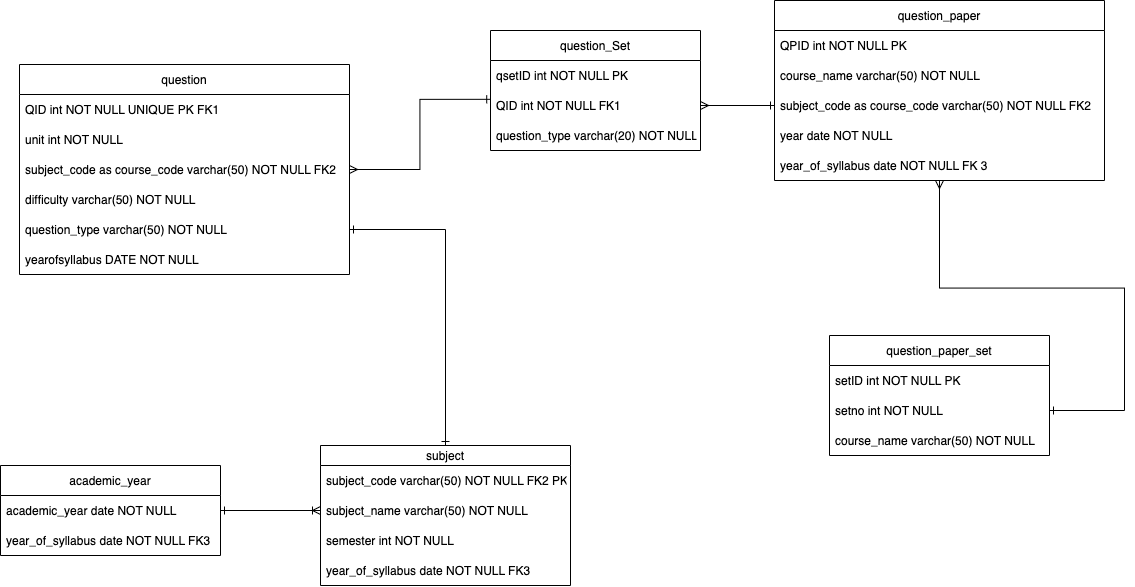
RayyanHunerkar/question-paper-generator keeps this draw.io diagram as erd/paper generator ERD.drawio.png. Above is the earlier version. Source tidied: cells renumbered, new cells last; positions are measured from the earlier drawing's top-left corner, leaving out a move shared by most shapes. Its diagram source:
```xml
<mxGraphModel>
  <root>
    <mxCell id="0" />
    <mxCell id="1" parent="0" />
    <mxCell id="2" value="question" style="swimlane;fontStyle=0;horizontal=1;startSize=30;" parent="1" vertex="1">
      <mxGeometry x="19" y="64" width="330" height="210" as="geometry" />
    </mxCell>
    <mxCell id="3" value="QID int NOT NULL UNIQUE PK FK1 " style="text;strokeColor=none;fillColor=none;align=left;verticalAlign=middle;spacingLeft=4;spacingRight=4;overflow=hidden;" parent="2" vertex="1">
      <mxGeometry y="30" width="330" height="30" as="geometry" />
    </mxCell>
    <mxCell id="4" value="unit int NOT NULL" style="text;strokeColor=none;fillColor=none;align=left;verticalAlign=middle;spacingLeft=4;spacingRight=4;overflow=hidden;" parent="2" vertex="1">
      <mxGeometry y="60" width="330" height="30" as="geometry" />
    </mxCell>
    <mxCell id="5" value="subject_code as course_code varchar(50) NOT NULL FK2" style="text;strokeColor=none;fillColor=none;align=left;verticalAlign=middle;spacingLeft=4;spacingRight=4;overflow=hidden;points=[[0,0.5],[1,0.5]];portConstraint=eastwest;" parent="2" vertex="1">
      <mxGeometry y="90" width="330" height="30" as="geometry" />
    </mxCell>
    <mxCell id="6" value="difficulty varchar(50) NOT NULL" style="text;strokeColor=none;fillColor=none;align=left;verticalAlign=middle;spacingLeft=4;spacingRight=4;overflow=hidden;" parent="2" vertex="1">
      <mxGeometry y="120" width="330" height="30" as="geometry" />
    </mxCell>
    <mxCell id="7" value="question_type varchar(50) NOT NULL" style="text;strokeColor=none;fillColor=none;align=left;verticalAlign=middle;spacingLeft=4;spacingRight=4;overflow=hidden;points=[[0,0.5],[1,0.5]];portConstraint=eastwest;" parent="2" vertex="1">
      <mxGeometry y="150" width="330" height="30" as="geometry" />
    </mxCell>
    <mxCell id="8" value="yearofsyllabus DATE NOT NULL" style="text;strokeColor=none;fillColor=none;align=left;verticalAlign=middle;spacingLeft=4;spacingRight=4;overflow=hidden;points=[[0,0.5],[1,0.5]];portConstraint=eastwest;" parent="2" vertex="1">
      <mxGeometry y="180" width="330" height="30" as="geometry" />
    </mxCell>
    <mxCell id="9" style="edgeStyle=orthogonalEdgeStyle;rounded=0;orthogonalLoop=1;jettySize=auto;html=1;exitX=1;exitY=0.5;exitDx=0;exitDy=0;startArrow=ERmany;startFill=0;endArrow=ERone;endFill=0;" parent="2" edge="1" source="8" target="8">
      <mxGeometry relative="1" as="geometry" />
    </mxCell>
    <mxCell id="10" style="edgeStyle=orthogonalEdgeStyle;rounded=0;jettySize=auto;html=1;startArrow=ERmany;startFill=0;endArrow=ERone;endFill=0;" parent="1" edge="1" source="11" target="20">
      <mxGeometry relative="1" as="geometry" />
    </mxCell>
    <mxCell id="11" value="question_paper" style="swimlane;fontStyle=0;horizontal=1;startSize=30;" parent="1" vertex="1">
      <mxGeometry x="774" width="330" height="180" as="geometry" />
    </mxCell>
    <mxCell id="12" value="QPID int NOT NULL PK" style="text;strokeColor=none;fillColor=none;align=left;verticalAlign=middle;spacingLeft=4;spacingRight=4;overflow=hidden;" parent="11" vertex="1">
      <mxGeometry y="30" width="330" height="30" as="geometry" />
    </mxCell>
    <mxCell id="13" value="course_name varchar(50) NOT NULL" style="text;strokeColor=none;fillColor=none;align=left;verticalAlign=middle;spacingLeft=4;spacingRight=4;overflow=hidden;" parent="11" vertex="1">
      <mxGeometry y="60" width="330" height="30" as="geometry" />
    </mxCell>
    <mxCell id="14" value="subject_code as course_code varchar(50) NOT NULL FK2" style="text;strokeColor=none;fillColor=none;align=left;verticalAlign=middle;spacingLeft=4;spacingRight=4;overflow=hidden;points=[[0,0.5],[1,0.5]];portConstraint=eastwest;" parent="11" vertex="1">
      <mxGeometry y="90" width="330" height="30" as="geometry" />
    </mxCell>
    <mxCell id="15" value="year date NOT NULL" style="text;strokeColor=none;fillColor=none;align=left;verticalAlign=middle;spacingLeft=4;spacingRight=4;overflow=hidden;" parent="11" vertex="1">
      <mxGeometry y="120" width="330" height="30" as="geometry" />
    </mxCell>
    <mxCell id="16" value="year_of_syllabus date NOT NULL FK 3" style="text;strokeColor=none;fillColor=none;align=left;verticalAlign=middle;spacingLeft=4;spacingRight=4;overflow=hidden;" parent="11" vertex="1">
      <mxGeometry y="150" width="330" height="30" as="geometry" />
    </mxCell>
    <mxCell id="17" style="edgeStyle=orthogonalEdgeStyle;rounded=0;jettySize=auto;html=1;exitX=1;exitY=0.5;exitDx=0;exitDy=0;entryX=0.001;entryY=0.294;entryDx=0;entryDy=0;startArrow=ERmany;startFill=0;endArrow=ERone;endFill=0;entryPerimeter=0;" parent="1" edge="1" source="5" target="24">
      <mxGeometry relative="1" as="geometry" />
    </mxCell>
    <mxCell id="18" value="question_paper_set" style="swimlane;fontStyle=0;horizontal=1;startSize=30;" parent="1" vertex="1">
      <mxGeometry x="829" y="335" width="220" height="120" as="geometry" />
    </mxCell>
    <mxCell id="19" value="setID int NOT NULL PK" style="text;strokeColor=none;fillColor=none;align=left;verticalAlign=middle;spacingLeft=4;spacingRight=4;overflow=hidden;" parent="18" vertex="1">
      <mxGeometry y="30" width="220" height="30" as="geometry" />
    </mxCell>
    <mxCell id="20" value="setno int NOT NULL" style="text;strokeColor=none;fillColor=none;align=left;verticalAlign=middle;spacingLeft=4;spacingRight=4;overflow=hidden;points=[[0,0.5],[1,0.5]];portConstraint=eastwest;" parent="18" vertex="1">
      <mxGeometry y="60" width="220" height="30" as="geometry" />
    </mxCell>
    <mxCell id="21" value="course_name varchar(50) NOT NULL" style="text;strokeColor=none;fillColor=none;align=left;verticalAlign=middle;spacingLeft=4;spacingRight=4;overflow=hidden;" parent="18" vertex="1">
      <mxGeometry y="90" width="220" height="30" as="geometry" />
    </mxCell>
    <mxCell id="22" value="question_Set" style="swimlane;fontStyle=0;horizontal=1;startSize=30;" parent="1" vertex="1">
      <mxGeometry x="490" y="30" width="210" height="120" as="geometry" />
    </mxCell>
    <mxCell id="23" value="qsetID int NOT NULL PK " style="text;strokeColor=none;fillColor=none;align=left;verticalAlign=middle;spacingLeft=4;spacingRight=4;overflow=hidden;" parent="22" vertex="1">
      <mxGeometry y="30" width="210" height="30" as="geometry" />
    </mxCell>
    <mxCell id="24" value="QID int NOT NULL FK1" style="text;strokeColor=none;fillColor=none;align=left;verticalAlign=middle;spacingLeft=4;spacingRight=4;overflow=hidden;points=[[0,0.5],[1,0.5]];portConstraint=eastwest;" parent="22" vertex="1">
      <mxGeometry y="60" width="210" height="30" as="geometry" />
    </mxCell>
    <mxCell id="25" value="question_type varchar(20) NOT NULL" style="text;strokeColor=none;fillColor=none;align=left;verticalAlign=middle;spacingLeft=4;spacingRight=4;overflow=hidden;" parent="22" vertex="1">
      <mxGeometry y="90" width="210" height="30" as="geometry" />
    </mxCell>
    <mxCell id="26" style="edgeStyle=orthogonalEdgeStyle;rounded=0;jettySize=auto;html=1;exitX=1;exitY=0.5;exitDx=0;exitDy=0;entryX=0;entryY=0.5;entryDx=0;entryDy=0;startArrow=ERmany;startFill=0;endArrow=ERone;endFill=0;" parent="1" edge="1" source="24" target="14">
      <mxGeometry relative="1" as="geometry" />
    </mxCell>
    <mxCell id="27" style="edgeStyle=orthogonalEdgeStyle;rounded=0;jettySize=auto;html=1;exitX=0.5;exitY=0;exitDx=0;exitDy=0;entryX=1;entryY=0.5;entryDx=0;entryDy=0;startArrow=ERone;startFill=0;endArrow=ERone;endFill=0;" parent="1" edge="1" source="28" target="7">
      <mxGeometry relative="1" as="geometry" />
    </mxCell>
    <mxCell id="28" value="subject" style="swimlane;fontStyle=0;horizontal=1;startSize=20;" parent="1" vertex="1">
      <mxGeometry x="320" y="445" width="250" height="140" as="geometry" />
    </mxCell>
    <mxCell id="29" value="subject_code varchar(50) NOT NULL FK2 PK" style="text;strokeColor=none;fillColor=none;align=left;verticalAlign=middle;spacingLeft=4;spacingRight=4;overflow=hidden;" parent="28" vertex="1">
      <mxGeometry y="20" width="250" height="30" as="geometry" />
    </mxCell>
    <mxCell id="30" value="subject_name varchar(50) NOT NULL " style="text;strokeColor=none;fillColor=none;align=left;verticalAlign=middle;spacingLeft=4;spacingRight=4;overflow=hidden;points=[[0,0.5],[1,0.5]];portConstraint=eastwest;" parent="28" vertex="1">
      <mxGeometry y="50" width="250" height="30" as="geometry" />
    </mxCell>
    <mxCell id="31" value="semester int NOT NULL" style="text;strokeColor=none;fillColor=none;align=left;verticalAlign=middle;spacingLeft=4;spacingRight=4;overflow=hidden;" parent="28" vertex="1">
      <mxGeometry y="80" width="250" height="30" as="geometry" />
    </mxCell>
    <mxCell id="32" value="year_of_syllabus date NOT NULL FK3" style="text;strokeColor=none;fillColor=none;align=left;verticalAlign=middle;spacingLeft=4;spacingRight=4;overflow=hidden;" parent="28" vertex="1">
      <mxGeometry y="110" width="250" height="30" as="geometry" />
    </mxCell>
    <mxCell id="33" value="academic_year" style="swimlane;fontStyle=0;horizontal=1;startSize=30;" parent="1" vertex="1">
      <mxGeometry y="465" width="220" height="90" as="geometry" />
    </mxCell>
    <mxCell id="34" value="academic_year date NOT NULL " style="text;strokeColor=none;fillColor=none;align=left;verticalAlign=middle;spacingLeft=4;spacingRight=4;overflow=hidden;points=[[0,0.5],[1,0.5]];portConstraint=eastwest;" parent="33" vertex="1">
      <mxGeometry y="30" width="220" height="30" as="geometry" />
    </mxCell>
    <mxCell id="35" value="year_of_syllabus date NOT NULL FK3" style="text;strokeColor=none;fillColor=none;align=left;verticalAlign=middle;spacingLeft=4;spacingRight=4;overflow=hidden;" parent="33" vertex="1">
      <mxGeometry y="60" width="220" height="30" as="geometry" />
    </mxCell>
    <mxCell id="36" style="edgeStyle=orthogonalEdgeStyle;rounded=0;jettySize=auto;html=1;exitX=1;exitY=0.5;exitDx=0;exitDy=0;entryX=0;entryY=0.5;entryDx=0;entryDy=0;startArrow=ERone;startFill=0;endArrow=ERoneToMany;endFill=0;" parent="1" edge="1" source="34" target="30">
      <mxGeometry relative="1" as="geometry" />
    </mxCell>
  </root>
</mxGraphModel>
```
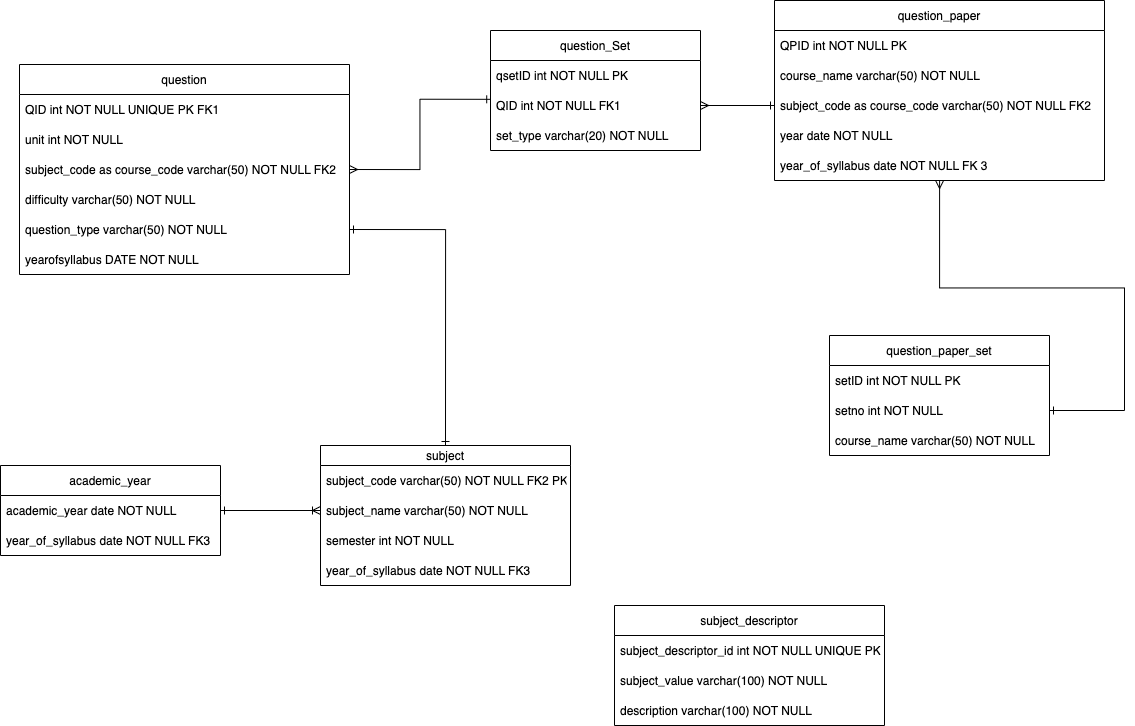
The same file after the commit.

What changed in the source:
```diff
@@ -71,7 +71,7 @@
     <mxCell id="24" value="QID int NOT NULL FK1" style="text;strokeColor=none;fillColor=none;align=left;verticalAlign=middle;spacingLeft=4;spacingRight=4;overflow=hidden;points=[[0,0.5],[1,0.5]];portConstraint=eastwest;" parent="22" vertex="1">
       <mxGeometry y="60" width="210" height="30" as="geometry" />
     </mxCell>
-    <mxCell id="25" value="question_type varchar(20) NOT NULL" style="text;strokeColor=none;fillColor=none;align=left;verticalAlign=middle;spacingLeft=4;spacingRight=4;overflow=hidden;" parent="22" vertex="1">
+    <mxCell id="25" value="set_type varchar(20) NOT NULL" style="text;strokeColor=none;fillColor=none;align=left;verticalAlign=middle;spacingLeft=4;spacingRight=4;overflow=hidden;" parent="22" vertex="1">
       <mxGeometry y="90" width="210" height="30" as="geometry" />
     </mxCell>
     <mxCell id="26" style="edgeStyle=orthogonalEdgeStyle;rounded=0;jettySize=auto;html=1;exitX=1;exitY=0.5;exitDx=0;exitDy=0;entryX=0;entryY=0.5;entryDx=0;entryDy=0;startArrow=ERmany;startFill=0;endArrow=ERone;endFill=0;" parent="1" edge="1" source="24" target="14">
@@ -107,5 +107,17 @@
     <mxCell id="36" style="edgeStyle=orthogonalEdgeStyle;rounded=0;jettySize=auto;html=1;exitX=1;exitY=0.5;exitDx=0;exitDy=0;entryX=0;entryY=0.5;entryDx=0;entryDy=0;startArrow=ERone;startFill=0;endArrow=ERoneToMany;endFill=0;" parent="1" edge="1" source="34" target="30">
       <mxGeometry relative="1" as="geometry" />
     </mxCell>
+    <mxCell id="37" value="subject_descriptor" style="swimlane;fontStyle=0;horizontal=1;startSize=30;" parent="1" vertex="1">
+      <mxGeometry x="614" y="605" width="270" height="120" as="geometry" />
+    </mxCell>
+    <mxCell id="38" value="subject_descriptor_id int NOT NULL UNIQUE PK" style="text;strokeColor=none;fillColor=none;align=left;verticalAlign=middle;spacingLeft=4;spacingRight=4;overflow=hidden;" parent="37" vertex="1">
+      <mxGeometry y="30" width="270" height="30" as="geometry" />
+    </mxCell>
+    <mxCell id="39" value="subject_value varchar(100) NOT NULL" style="text;strokeColor=none;fillColor=none;align=left;verticalAlign=middle;spacingLeft=4;spacingRight=4;overflow=hidden;" parent="37" vertex="1">
+      <mxGeometry y="60" width="270" height="30" as="geometry" />
+    </mxCell>
+    <mxCell id="40" value="description varchar(100) NOT NULL" style="text;strokeColor=none;fillColor=none;align=left;verticalAlign=middle;spacingLeft=4;spacingRight=4;overflow=hidden;" parent="37" vertex="1">
+      <mxGeometry y="90" width="270" height="30" as="geometry" />
+    </mxCell>
   </root>
 </mxGraphModel>
```
